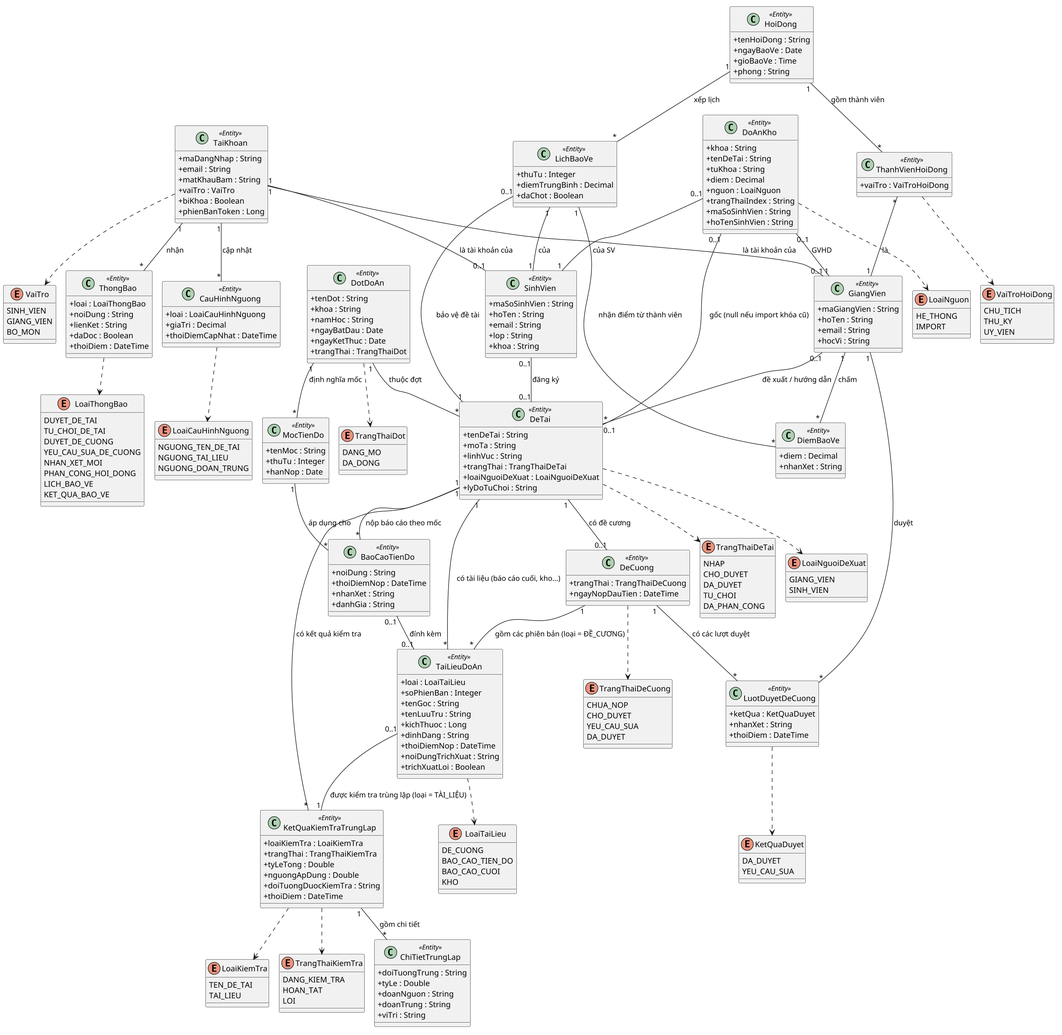
The PlantUML diagram docs/chuong-3-thiet-ke/so-do-lop/lop-thuc-the.png in dtc235200036-alt/ICTU-DATN-NguyenThiMaiAnh, before a commit. Source of this version:
```plantuml
@startuml lop-thuc-the
skinparam defaultFontName "Noto Sans"
skinparam shadowing false
skinparam dpi 150
skinparam backgroundColor white
skinparam classAttributeIconSize 0
!pragma layout smetana

enum VaiTro {
  SINH_VIEN
  GIANG_VIEN
  BO_MON
}

enum TrangThaiDot {
  DANG_MO
  DA_DONG
}

enum TrangThaiDeTai {
  NHAP
  CHO_DUYET
  DA_DUYET
  TU_CHOI
  DA_PHAN_CONG
}

enum LoaiNguoiDeXuat {
  GIANG_VIEN
  SINH_VIEN
}

enum TrangThaiDeCuong {
  CHUA_NOP
  CHO_DUYET
  YEU_CAU_SUA
  DA_DUYET
}

enum LoaiTaiLieu {
  DE_CUONG
  BAO_CAO_TIEN_DO
  BAO_CAO_CUOI
  KHO
}

enum KetQuaDuyet {
  DA_DUYET
  YEU_CAU_SUA
}

enum VaiTroHoiDong {
  CHU_TICH
  THU_KY
  UY_VIEN
}

enum LoaiKiemTra {
  TEN_DE_TAI
  TAI_LIEU
}

enum TrangThaiKiemTra {
  DANG_KIEM_TRA
  HOAN_TAT
  LOI
}

enum LoaiNguon {
  HE_THONG
  IMPORT
}

enum LoaiThongBao {
  DUYET_DE_TAI
  TU_CHOI_DE_TAI
  DUYET_DE_CUONG
  YEU_CAU_SUA_DE_CUONG
  NHAN_XET_MOI
  PHAN_CONG_HOI_DONG
  LICH_BAO_VE
  KET_QUA_BAO_VE
}

enum LoaiCauHinhNguong {
  NGUONG_TEN_DE_TAI
  NGUONG_TAI_LIEU
  NGUONG_DOAN_TRUNG
}

class TaiKhoan <<Entity>> {
  +maDangNhap : String
  +email : String
  +matKhauBam : String
  +vaiTro : VaiTro
  +biKhoa : Boolean
  +phienBanToken : Long
}

class SinhVien <<Entity>> {
  +maSoSinhVien : String
  +hoTen : String
  +email : String
  +lop : String
  +khoa : String
}

class GiangVien <<Entity>> {
  +maGiangVien : String
  +hoTen : String
  +email : String
  +hocVi : String
}

class DotDoAn <<Entity>> {
  +tenDot : String
  +khoa : String
  +namHoc : String
  +ngayBatDau : Date
  +ngayKetThuc : Date
  +trangThai : TrangThaiDot
}

class DeTai <<Entity>> {
  +tenDeTai : String
  +moTa : String
  +linhVuc : String
  +trangThai : TrangThaiDeTai
  +loaiNguoiDeXuat : LoaiNguoiDeXuat
  +lyDoTuChoi : String
}

class KetQuaKiemTraTrungLap <<Entity>> {
  +loaiKiemTra : LoaiKiemTra
  +trangThai : TrangThaiKiemTra
  +tyLeTong : Double
  +nguongApDung : Double
  +doiTuongDuocKiemTra : String
  +thoiDiem : DateTime
}

class ChiTietTrungLap <<Entity>> {
  +doiTuongTrung : String
  +tyLe : Double
  +doanNguon : String
  +doanTrung : String
  +viTri : String
}

class MocTienDo <<Entity>> {
  +tenMoc : String
  +thuTu : Integer
  +hanNop : Date
}

class DeCuong <<Entity>> {
  +trangThai : TrangThaiDeCuong
  +ngayNopDauTien : DateTime
}

class TaiLieuDoAn <<Entity>> {
  +loai : LoaiTaiLieu
  +soPhienBan : Integer
  +tenGoc : String
  +tenLuuTru : String
  +kichThuoc : Long
  +dinhDang : String
  +thoiDiemNop : DateTime
  +noiDungTrichXuat : String
  +trichXuatLoi : Boolean
}

class LuotDuyetDeCuong <<Entity>> {
  +ketQua : KetQuaDuyet
  +nhanXet : String
  +thoiDiem : DateTime
}

class BaoCaoTienDo <<Entity>> {
  +noiDung : String
  +thoiDiemNop : DateTime
  +nhanXet : String
  +danhGia : String
}

class HoiDong <<Entity>> {
  +tenHoiDong : String
  +ngayBaoVe : Date
  +gioBaoVe : Time
  +phong : String
}

class ThanhVienHoiDong <<Entity>> {
  +vaiTro : VaiTroHoiDong
}

class LichBaoVe <<Entity>> {
  +thuTu : Integer
  +diemTrungBinh : Decimal
  +daChot : Boolean
}

class DiemBaoVe <<Entity>> {
  +diem : Decimal
  +nhanXet : String
}

class DoAnKho <<Entity>> {
  +khoa : String
  +tenDeTai : String
  +tuKhoa : String
  +diem : Decimal
  +nguon : LoaiNguon
  +trangThaiIndex : String
  +maSoSinhVien : String
  +hoTenSinhVien : String
}

class ThongBao <<Entity>> {
  +loai : LoaiThongBao
  +noiDung : String
  +lienKet : String
  +daDoc : Boolean
  +thoiDiem : DateTime
}

class CauHinhNguong <<Entity>> {
  +loai : LoaiCauHinhNguong
  +giaTri : Decimal
  +thoiDiemCapNhat : DateTime
}

TaiKhoan "1" -- "0..1" SinhVien : "là tài khoản của"
TaiKhoan "1" -- "0..1" GiangVien : "là tài khoản của"
TaiKhoan "1" -- "*" ThongBao : "nhận"
TaiKhoan "1" -- "*" CauHinhNguong : "cập nhật"

DotDoAn "1" -- "*" DeTai : "thuộc đợt"
GiangVien "0..1" -- "*" DeTai : "đề xuất / hướng dẫn"
SinhVien "0..1" -- "0..1" DeTai : "đăng ký"
DeTai "1" -- "*" KetQuaKiemTraTrungLap : "có kết quả kiểm tra"
KetQuaKiemTraTrungLap "1" -- "*" ChiTietTrungLap : "gồm chi tiết"

DotDoAn "1" -- "*" MocTienDo : "định nghĩa mốc"
DeTai "1" -- "0..1" DeCuong : "có đề cương"
DeCuong "1" -- "*" TaiLieuDoAn : "gồm các phiên bản (loại = ĐỀ_CƯƠNG)"
DeCuong "1" -- "*" LuotDuyetDeCuong : "có các lượt duyệt"
GiangVien "1" -- "*" LuotDuyetDeCuong : "duyệt"
DeTai "1" -- "*" BaoCaoTienDo : "nộp báo cáo theo mốc"
MocTienDo "1" -- "*" BaoCaoTienDo : "áp dụng cho"
BaoCaoTienDo "0..1" -- "0..1" TaiLieuDoAn : "đính kèm"
DeTai "1" -- "*" TaiLieuDoAn : "có tài liệu (báo cáo cuối, kho...)"
TaiLieuDoAn "0..1" -- "1" KetQuaKiemTraTrungLap : "được kiểm tra trùng lặp (loại = TÀI_LIỆU)"

HoiDong "1" -- "*" ThanhVienHoiDong : "gồm thành viên"
ThanhVienHoiDong "*" -- "1" GiangVien : "là"
HoiDong "1" -- "*" LichBaoVe : "xếp lịch"
LichBaoVe "1" -- "1" SinhVien : "của"
LichBaoVe "0..1" -- "1" DeTai : "bảo vệ đề tài"
LichBaoVe "1" -- "*" DiemBaoVe : "nhận điểm từ thành viên"
GiangVien "1" -- "*" DiemBaoVe : "chấm"

DoAnKho "0..1" -- "0..1" DeTai : "gốc (null nếu import khóa cũ)"
DoAnKho "0..1" -- "1" SinhVien : "của SV"
DoAnKho "0..1" -- "1" GiangVien : "GVHD"

TaiKhoan ..> VaiTro
DotDoAn ..> TrangThaiDot
DeTai ..> TrangThaiDeTai
DeTai ..> LoaiNguoiDeXuat
DeCuong ..> TrangThaiDeCuong
TaiLieuDoAn ..> LoaiTaiLieu
LuotDuyetDeCuong ..> KetQuaDuyet
ThanhVienHoiDong ..> VaiTroHoiDong
KetQuaKiemTraTrungLap ..> LoaiKiemTra
KetQuaKiemTraTrungLap ..> TrangThaiKiemTra
DoAnKho ..> LoaiNguon
ThongBao ..> LoaiThongBao
CauHinhNguong ..> LoaiCauHinhNguong

@enduml
```
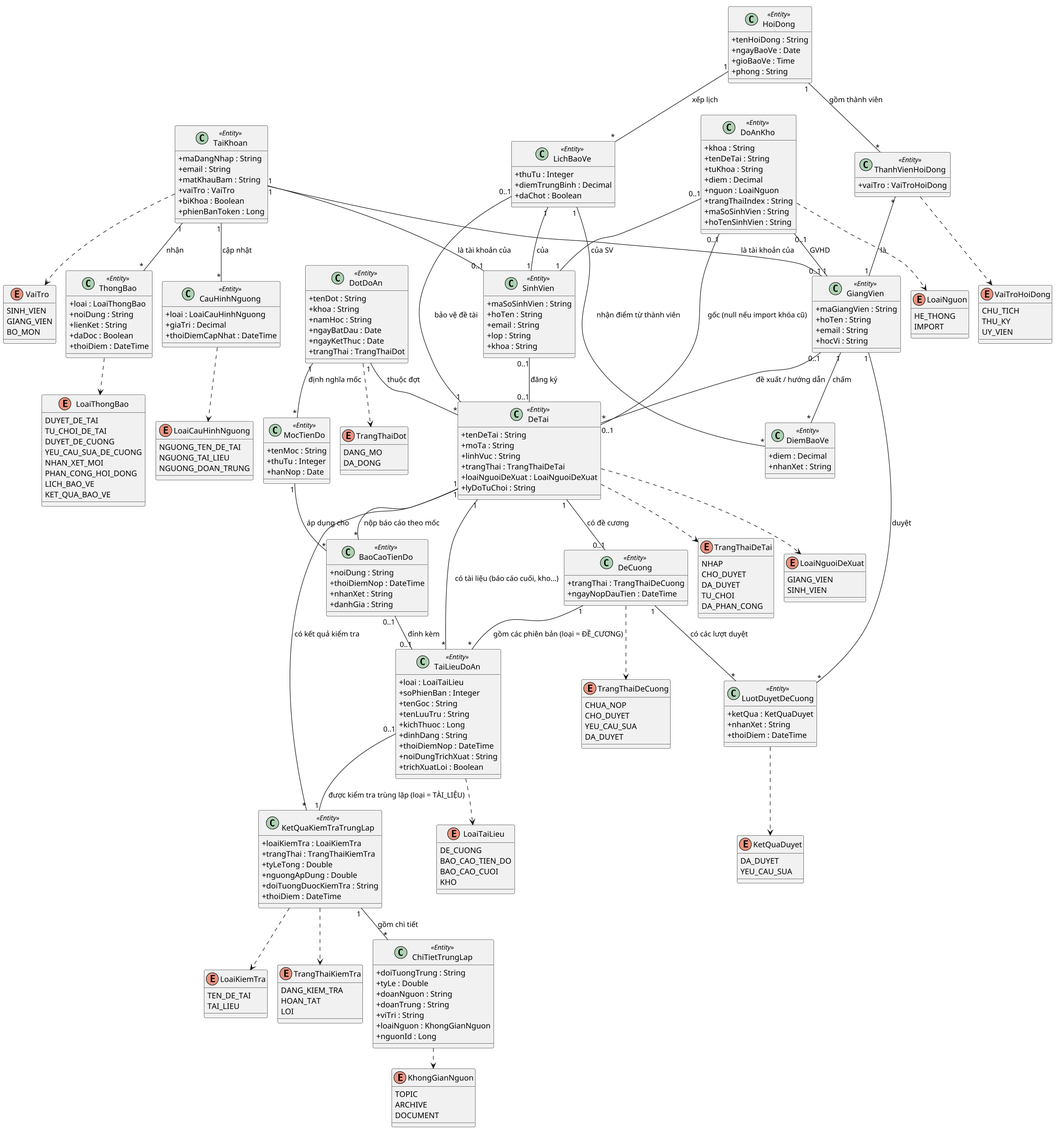
Above is the later version.

The edit, as a diff of the source:
```diff
@@ -88,6 +88,12 @@
   NGUONG_DOAN_TRUNG
 }
 
+enum KhongGianNguon {
+  TOPIC
+  ARCHIVE
+  DOCUMENT
+}
+
 class TaiKhoan <<Entity>> {
   +maDangNhap : String
   +email : String
@@ -145,6 +151,8 @@
   +doanNguon : String
   +doanTrung : String
   +viTri : String
+  +loaiNguon : KhongGianNguon
+  +nguonId : Long
 }
 
 class MocTienDo <<Entity>> {
@@ -274,6 +282,7 @@
 ThanhVienHoiDong ..> VaiTroHoiDong
 KetQuaKiemTraTrungLap ..> LoaiKiemTra
 KetQuaKiemTraTrungLap ..> TrangThaiKiemTra
+ChiTietTrungLap ..> KhongGianNguon
 DoAnKho ..> LoaiNguon
 ThongBao ..> LoaiThongBao
 CauHinhNguong ..> LoaiCauHinhNguong
```
